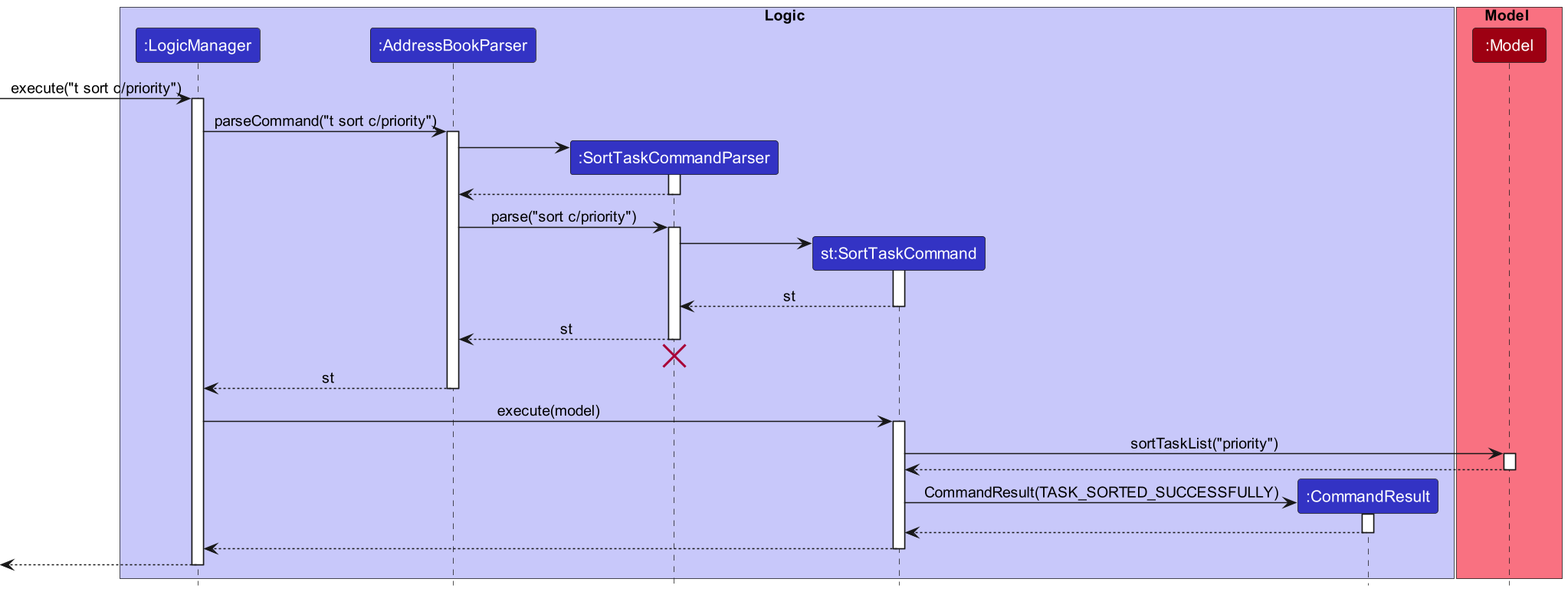
Above: docs/images/SortTaskCommandSequenceDiagram.png in nus-cs2103-AY2223S1/tp (PlantUML), before the change. Its source is kept beside it as docs/diagrams/SortTaskCommandSequenceDiagram.puml.
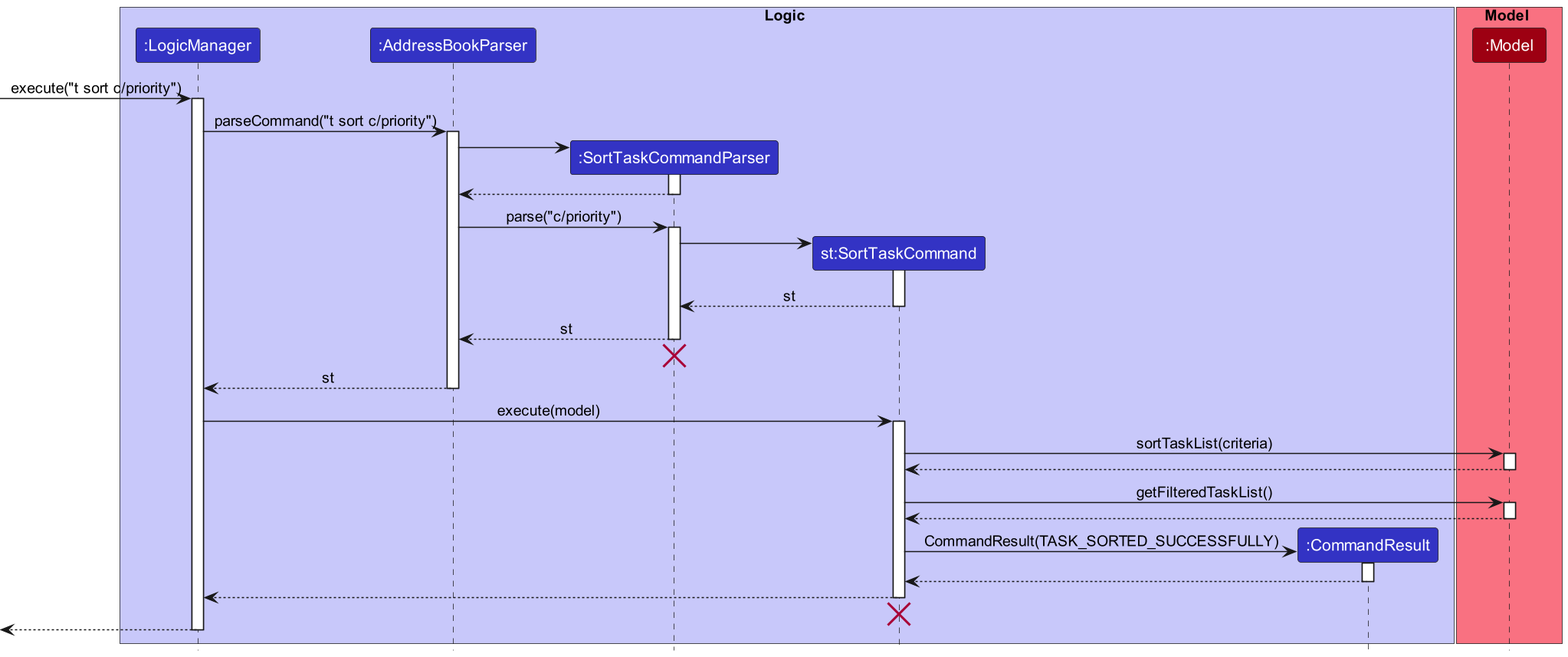
The same file after the commit.

Commit message:
Update use cases and implementation details

The edit, as a diff of the source:
```diff
@@ -26,7 +26,7 @@
 SortTaskCommandParser --> AddressBookParser
 deactivate SortTaskCommandParser
 
-AddressBookParser -> SortTaskCommandParser: parse("sort c/priority")
+AddressBookParser -> SortTaskCommandParser: parse("c/priority")
 activate SortTaskCommandParser
 
 create SortTaskCommand
@@ -47,7 +47,13 @@
 LogicManager -> SortTaskCommand : execute(model)
 activate SortTaskCommand
 
-SortTaskCommand -> Model: sortTaskList("priority")
+SortTaskCommand -> Model: sortTaskList(criteria)
+activate Model
+
+Model --> SortTaskCommand
+deactivate Model
+
+SortTaskCommand -> Model: getFilteredTaskList()
 activate Model
 
 Model --> SortTaskCommand
@@ -62,6 +68,8 @@
 
 SortTaskCommand --> LogicManager
 deactivate SortTaskCommand
+SortTaskCommand [hidden]--> LogicManager
+destroy SortTaskCommand
 
 [<--LogicManager
 deactivate LogicManager
```
